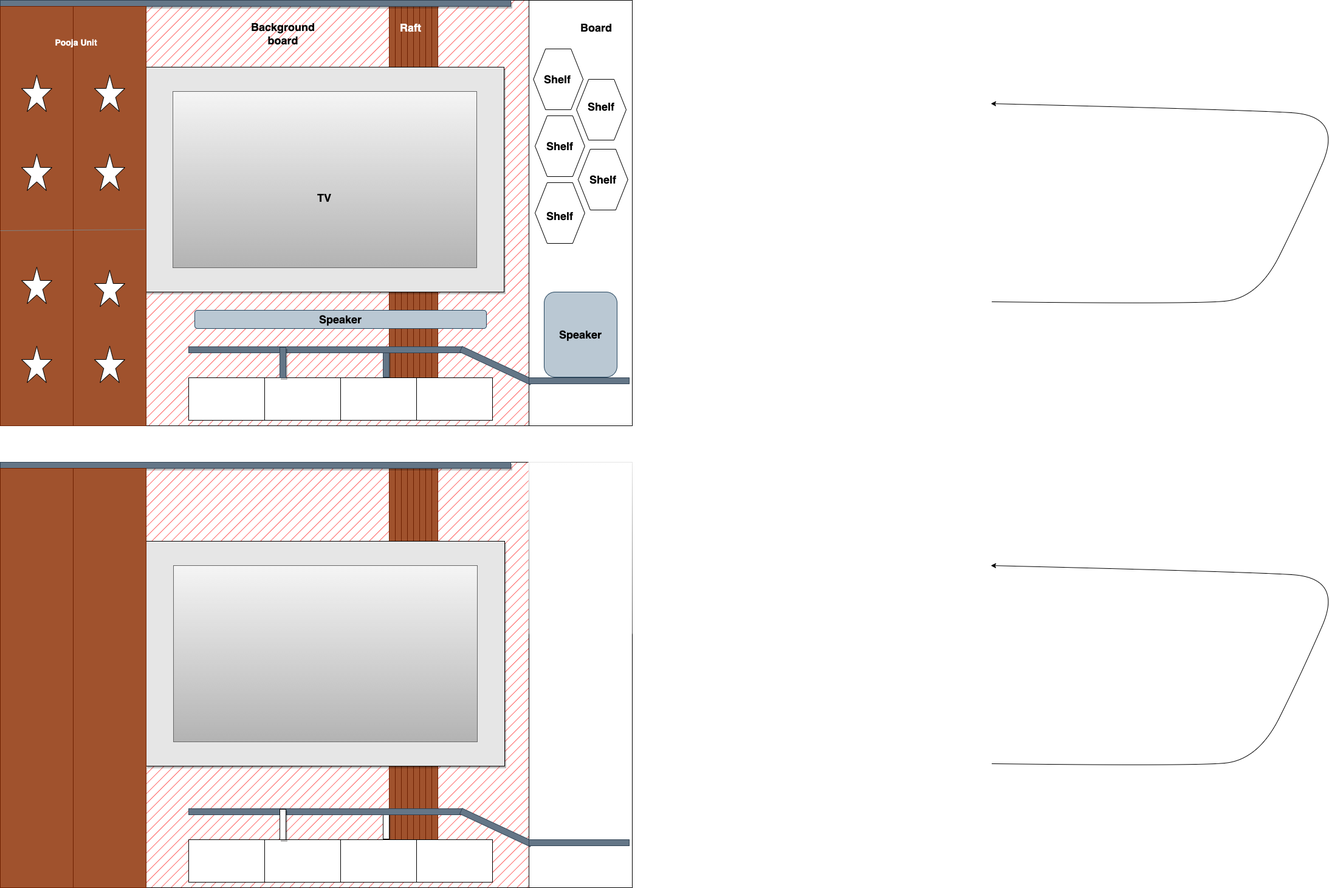
suresh-legato/Design keeps this draw.io diagram as tv unit.png. Above is the earlier version. Source tidied: cells renumbered, new cells last; positions are measured from the earlier drawing's top-left corner, leaving out a move shared by most shapes.
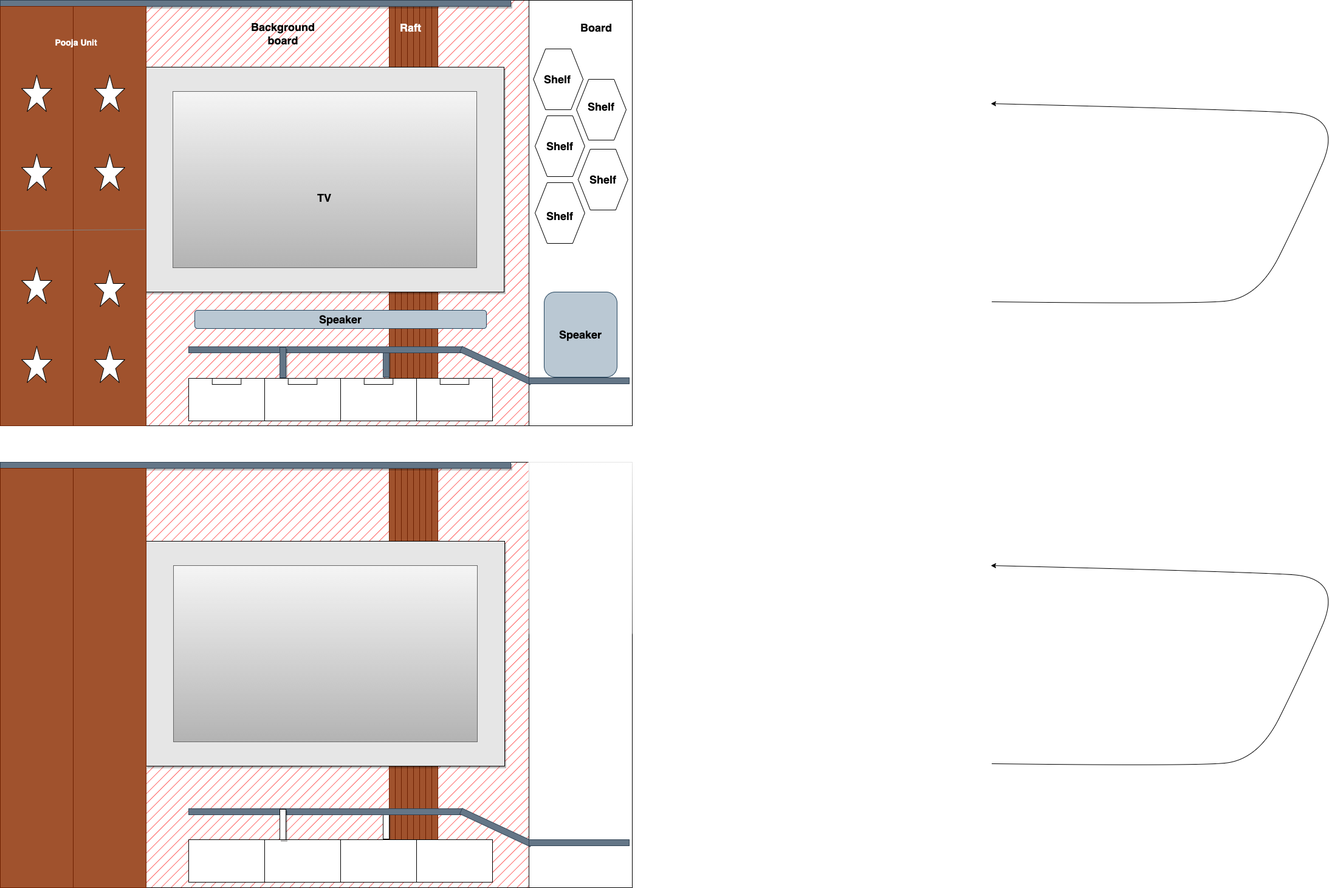
After the change.

What changed in the source:
```diff
@@ -76,21 +76,6 @@
     <mxCell id="22" style="rounded=0;whiteSpace=wrap;html=1;fillColor=#647687;fontColor=#ffffff;strokeColor=#314354;" parent="1" vertex="1">
       <mxGeometry x="870" y="621" width="165" height="10" as="geometry" />
     </mxCell>
-    <mxCell id="23" style="group;" parent="1" vertex="1">
-      <mxGeometry x="310" y="621" width="500" height="70" as="geometry" />
-    </mxCell>
-    <mxCell id="24" style="rounded=0;whiteSpace=wrap;html=1;" parent="23" vertex="1">
-      <mxGeometry x="375" width="125" height="70" as="geometry" />
-    </mxCell>
-    <mxCell id="25" style="rounded=0;whiteSpace=wrap;html=1;" parent="23" vertex="1">
-      <mxGeometry x="250" width="125" height="70" as="geometry" />
-    </mxCell>
-    <mxCell id="26" style="rounded=0;whiteSpace=wrap;html=1;" parent="23" vertex="1">
-      <mxGeometry x="125" width="125" height="70" as="geometry" />
-    </mxCell>
-    <mxCell id="27" style="rounded=0;whiteSpace=wrap;html=1;" parent="23" vertex="1">
-      <mxGeometry width="125" height="70" as="geometry" />
-    </mxCell>
     <mxCell id="28" style="rounded=0;whiteSpace=wrap;html=1;fillColor=#a0522d;fontColor=#ffffff;strokeColor=#6D1F00;" parent="1" vertex="1">
       <mxGeometry x="120" y="10" width="120" height="690" as="geometry" />
     </mxCell>
@@ -269,5 +254,47 @@
         <mxPoint y="379" as="targetPoint" />
       </mxGeometry>
     </mxCell>
+    <mxCell id="83" style="group;" parent="1" vertex="1">
+      <mxGeometry x="310" y="621" width="500" height="71" as="geometry" />
+    </mxCell>
+    <mxCell id="84" style="group;" parent="83" vertex="1">
+      <mxGeometry width="500" height="71" as="geometry" />
+    </mxCell>
+    <mxCell id="85" style="group;" parent="84" vertex="1">
+      <mxGeometry y="1" width="125" height="70" as="geometry" />
+    </mxCell>
+    <mxCell id="86" style="rounded=0;whiteSpace=wrap;html=1;" parent="85" vertex="1">
+      <mxGeometry width="125" height="70" as="geometry" />
+    </mxCell>
+    <mxCell id="87" style="rounded=0;whiteSpace=wrap;html=1;" parent="85" vertex="1">
+      <mxGeometry x="38.8" width="47.5" height="10" as="geometry" />
+    </mxCell>
+    <mxCell id="88" style="group;" parent="84" vertex="1">
+      <mxGeometry x="125" y="1" width="125" height="70" as="geometry" />
+    </mxCell>
+    <mxCell id="89" style="rounded=0;whiteSpace=wrap;html=1;" parent="88" vertex="1">
+      <mxGeometry width="125" height="70" as="geometry" />
+    </mxCell>
+    <mxCell id="90" style="rounded=0;whiteSpace=wrap;html=1;" parent="88" vertex="1">
+      <mxGeometry x="38.8" width="47.5" height="10" as="geometry" />
+    </mxCell>
+    <mxCell id="91" style="group;" parent="83" vertex="1">
+      <mxGeometry x="250" y="1" width="125" height="70" as="geometry" />
+    </mxCell>
+    <mxCell id="92" style="rounded=0;whiteSpace=wrap;html=1;" parent="91" vertex="1">
+      <mxGeometry width="125" height="70" as="geometry" />
+    </mxCell>
+    <mxCell id="93" style="rounded=0;whiteSpace=wrap;html=1;" parent="91" vertex="1">
+      <mxGeometry x="38.8" width="47.5" height="10" as="geometry" />
+    </mxCell>
+    <mxCell id="94" style="group;" parent="83" vertex="1">
+      <mxGeometry x="375" y="1" width="125" height="70" as="geometry" />
+    </mxCell>
+    <mxCell id="95" style="rounded=0;whiteSpace=wrap;html=1;" parent="94" vertex="1">
+      <mxGeometry width="125" height="70" as="geometry" />
+    </mxCell>
+    <mxCell id="96" style="rounded=0;whiteSpace=wrap;html=1;" parent="94" vertex="1">
+      <mxGeometry x="38.8" width="47.5" height="10" as="geometry" />
+    </mxCell>
   </root>
 </mxGraphModel>
```
